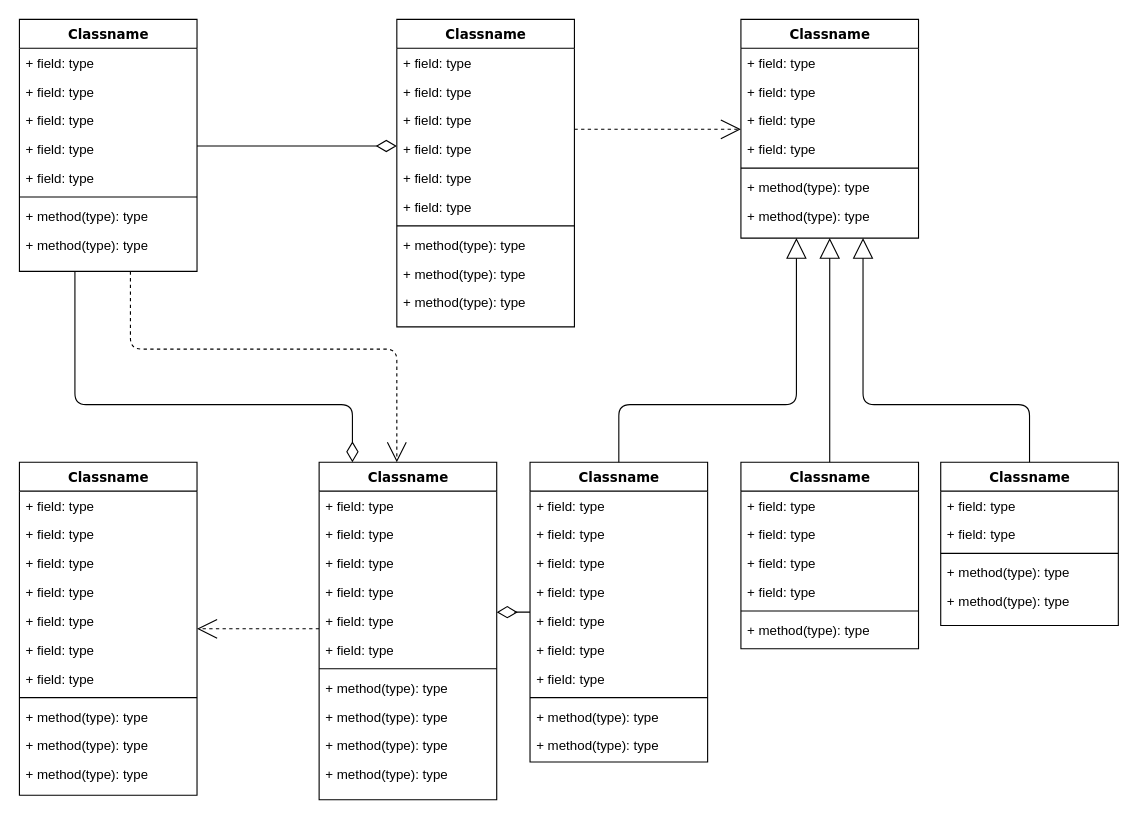
Betamax58/coupe-de-france keeps this draw.io diagram as software/software_class_diagram.drawio. Above is the earlier version. Source tidied: cells renumbered, new cells numbered last; positions are measured from the earlier drawing's top-left corner, leaving out a move shared by most shapes. Both pictures are drawn from the tidied source at 111%, with x=0, y=0 at pixel (19, 19).
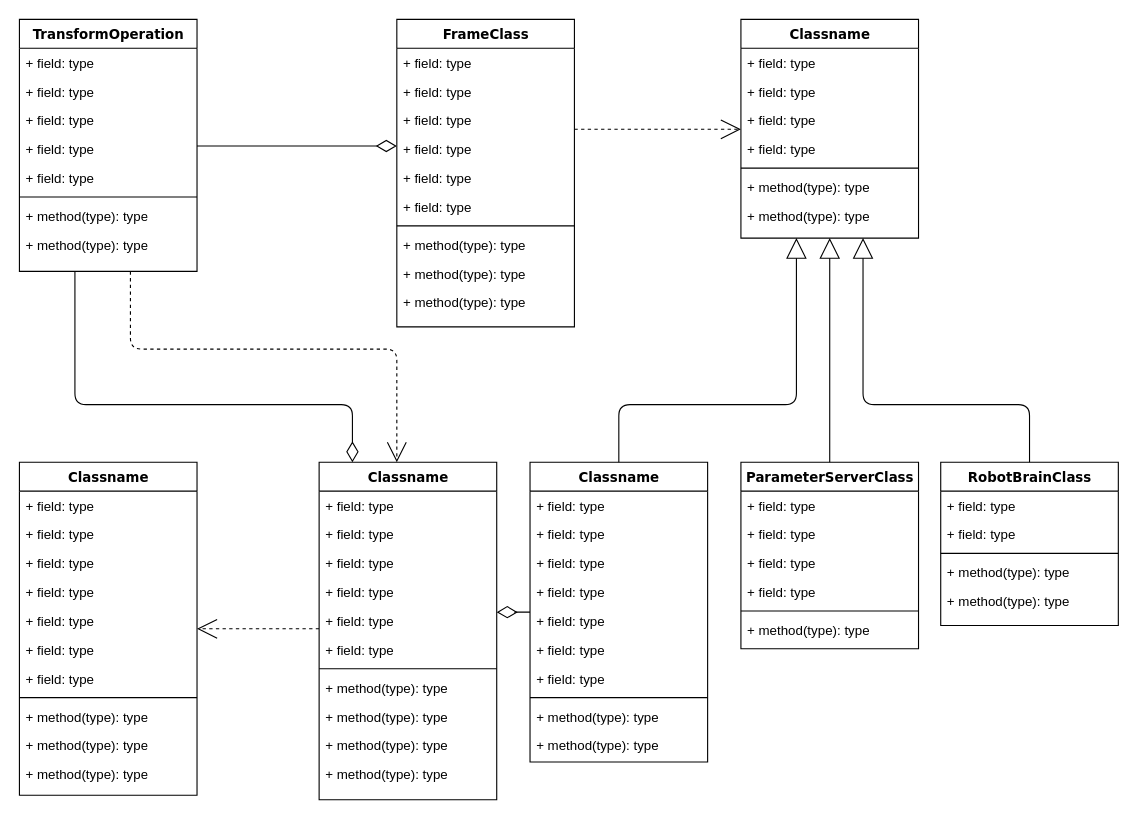
The same page after the edit.

Commit message:
Mettre à jour software_class_diagram.drawio

Diff of the diagram source:
```diff
@@
-    <mxCell id="4" value="Classname" style="swimlane;html=1;fontStyle=1;align=center;verticalAlign=top;horizontal=1;startSize=26;swimlaneFillColor=#ffffff;rounded=0;shadow=0;comic=0;labelBackgroundColor=none;strokeWidth=1;fillColor=none;fontFamily=Verdana;fontSize=12;" parent="1" vertex="1">
+    <mxCell id="4" value="TransformOperation" style="swimlane;html=1;fontStyle=1;align=center;verticalAlign=top;horizontal=1;startSize=26;swimlaneFillColor=#ffffff;rounded=0;shadow=0;comic=0;labelBackgroundColor=none;strokeWidth=1;fillColor=none;fontFamily=Verdana;fontSize=12;" parent="1" vertex="1">
       <mxGeometry width="160" height="227" as="geometry" />
     </mxCell>
@@
-    <mxCell id="14" value="Classname" style="swimlane;html=1;fontStyle=1;align=center;verticalAlign=top;horizontal=1;startSize=26;swimlaneFillColor=#ffffff;rounded=0;shadow=0;comic=0;labelBackgroundColor=none;strokeWidth=1;fillColor=none;fontFamily=Verdana;fontSize=12;" parent="1" vertex="1">
+    <mxCell id="14" value="FrameClass" style="swimlane;html=1;fontStyle=1;align=center;verticalAlign=top;horizontal=1;startSize=26;swimlaneFillColor=#ffffff;rounded=0;shadow=0;comic=0;labelBackgroundColor=none;strokeWidth=1;fillColor=none;fontFamily=Verdana;fontSize=12;" parent="1" vertex="1">
       <mxGeometry x="340" width="160" height="277" as="geometry" />
     </mxCell>
@@
-    <mxCell id="72" value="Classname" style="swimlane;html=1;fontStyle=1;align=center;verticalAlign=top;horizontal=1;startSize=26;swimlaneFillColor=#ffffff;rounded=0;shadow=0;comic=0;labelBackgroundColor=none;strokeWidth=1;fillColor=none;fontFamily=Verdana;fontSize=12;" parent="1" vertex="1">
+    <mxCell id="72" value="ParameterServerClass" style="swimlane;html=1;fontStyle=1;align=center;verticalAlign=top;horizontal=1;startSize=26;swimlaneFillColor=#ffffff;rounded=0;shadow=0;comic=0;labelBackgroundColor=none;strokeWidth=1;fillColor=none;fontFamily=Verdana;fontSize=12;" parent="1" vertex="1">
       <mxGeometry x="650" y="399" width="160" height="168" as="geometry" />
     </mxCell>
@@
-    <mxCell id="80" value="Classname" style="swimlane;html=1;fontStyle=1;align=center;verticalAlign=top;horizontal=1;startSize=26;swimlaneFillColor=#ffffff;rounded=0;shadow=0;comic=0;labelBackgroundColor=none;strokeWidth=1;fillColor=none;fontFamily=Verdana;fontSize=12;" parent="1" vertex="1">
+    <mxCell id="80" value="RobotBrainClass" style="swimlane;html=1;fontStyle=1;align=center;verticalAlign=top;horizontal=1;startSize=26;swimlaneFillColor=#ffffff;rounded=0;shadow=0;comic=0;labelBackgroundColor=none;strokeWidth=1;fillColor=none;fontFamily=Verdana;fontSize=12;" parent="1" vertex="1">
       <mxGeometry x="830" y="399" width="160" height="147" as="geometry" />
     </mxCell>
```
